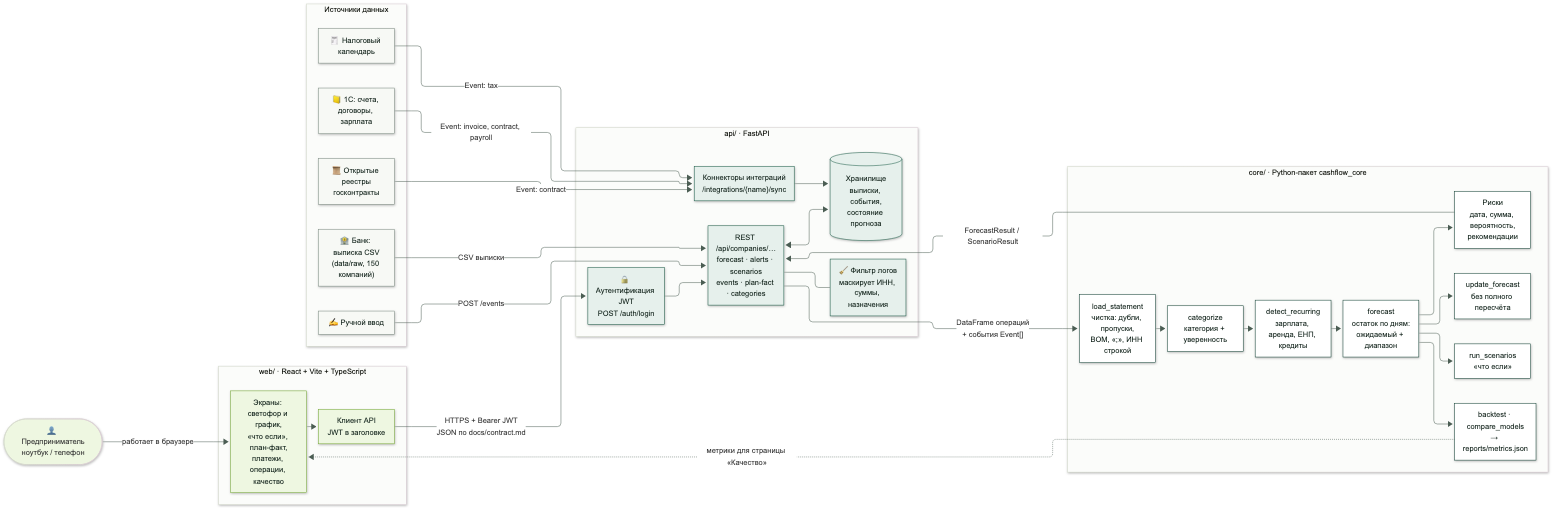
The Mermaid diagram docs/architecture.png in VaDex-web/cashflow, before a commit. Its source is kept beside it as docs/architecture.mmd.
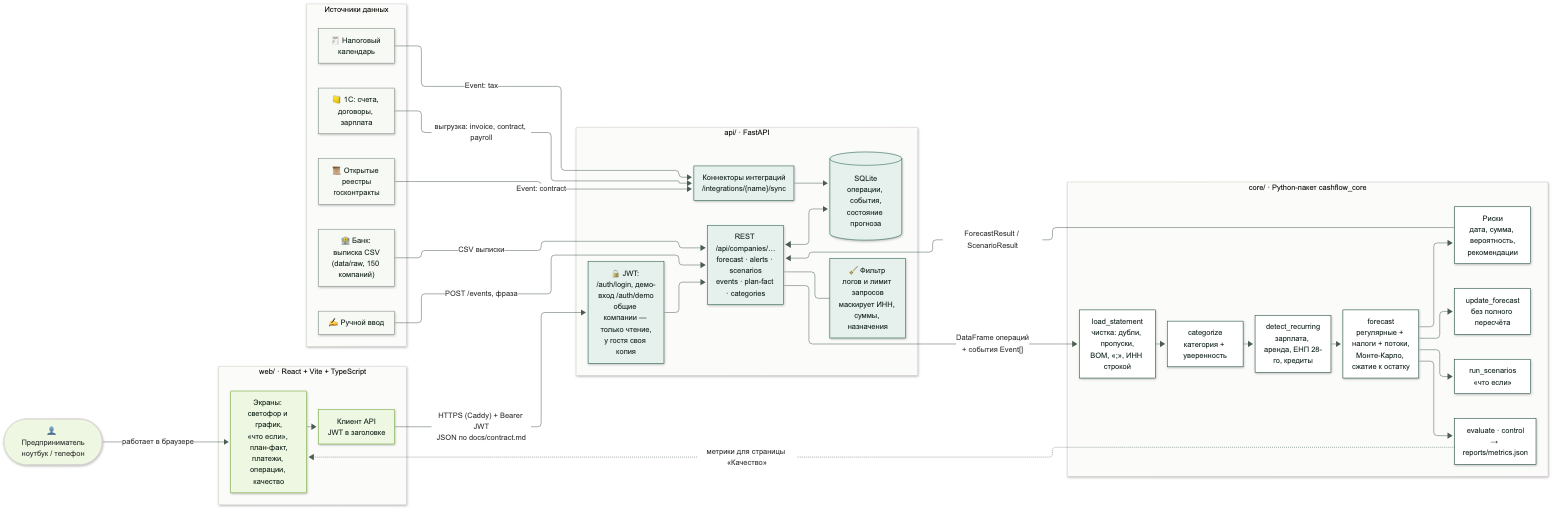
After the commit.

Diff of the diagram source:
```diff
@@ -10,11 +10,11 @@
 
   subgraph API["api/ · FastAPI"]
     direction TB
-    auth["🔒 Аутентификация JWT<br/>POST /auth/login"]
-    logf["🧹 Фильтр логов<br/>маскирует ИНН, суммы, назначения"]
+    auth["🔒 JWT: /auth/login, демо-вход /auth/demo<br/>общие компании — только чтение,<br/>у гостя своя копия"]
+    logf["🧹 Фильтр логов и лимит запросов<br/>маскирует ИНН, суммы, назначения"]
     routes["REST /api/companies/…<br/>forecast · alerts · scenarios<br/>events · plan-fact · categories"]
     integ["Коннекторы интеграций<br/>/integrations/{name}/sync"]
-    store[("Хранилище<br/>выписки, события,<br/>состояние прогноза")]
+    store[("SQLite<br/>операции, события,<br/>состояние прогноза")]
     auth --> routes
     routes --- logf
     routes <--> store
@@ -25,12 +25,12 @@
     direction TB
     load["load_statement<br/>чистка: дубли, пропуски,<br/>BOM, «;», ИНН строкой"]
     cat["categorize<br/>категория + уверенность"]
-    rec["detect_recurring<br/>зарплата, аренда, ЕНП, кредиты"]
-    fc["forecast<br/>остаток по дням:<br/>ожидаемый + диапазон"]
+    rec["detect_recurring<br/>зарплата, аренда, ЕНП 28-го, кредиты"]
+    fc["forecast<br/>регулярные + налоги + потоки,<br/>Монте-Карло, сжатие к остатку"]
     risk["Риски<br/>дата, сумма, вероятность,<br/>рекомендации"]
     scen["run_scenarios<br/>«что если»"]
     upd["update_forecast<br/>без полного пересчёта"]
-    bt["backtest · compare_models<br/>→ reports/metrics.json"]
+    bt["evaluate · control<br/>→ reports/metrics.json"]
     load --> cat --> rec --> fc --> risk
     fc --> scen
     fc --> upd
@@ -47,14 +47,14 @@
   end
 
   user -- "работает в браузере" --> ui
-  client -- "HTTPS + Bearer JWT<br/>JSON по docs/contract.md" --> auth
+  client -- "HTTPS (Caddy) + Bearer JWT<br/>JSON по docs/contract.md" --> auth
   routes -- "DataFrame операций<br/>+ события Event[]" --> load
   risk -- "ForecastResult / ScenarioResult" --> routes
   bank -- "CSV выписки" --> routes
-  onec -- "Event: invoice, contract, payroll" --> integ
+  onec -- "выгрузка: invoice, contract, payroll" --> integ
   tax -- "Event: tax" --> integ
   reg -- "Event: contract" --> integ
-  manual -- "POST /events" --> routes
+  manual -- "POST /events, фраза" --> routes
   bt -. "метрики для страницы «Качество»" .-> ui
 
   classDef web fill:#eef7e1,stroke:#6fa62a,color:#13241c
```
